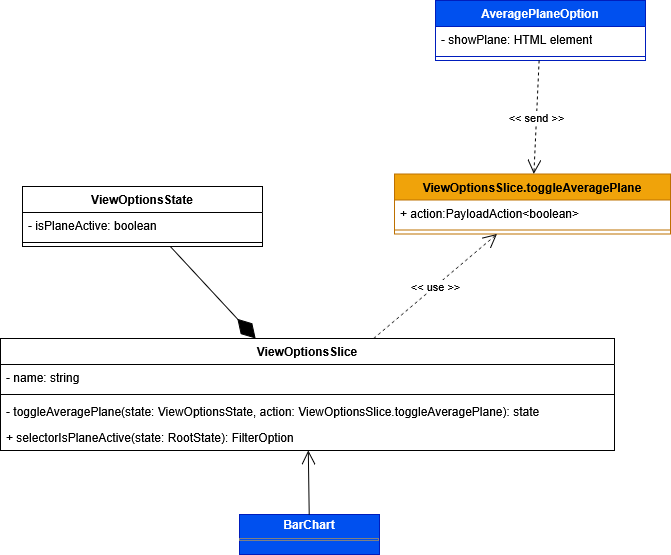
This is Docs/PB/Generali Esterni/specifica_tecnica/template/images/uml_front/logic/viewoptionslice.png from 6BitBusters/6BitBusters.github.io, a draw.io export, as it was before one commit. Source tidied: cells renumbered, new cells last; positions are measured from the earlier drawing's top-left corner, leaving out a move shared by most shapes.
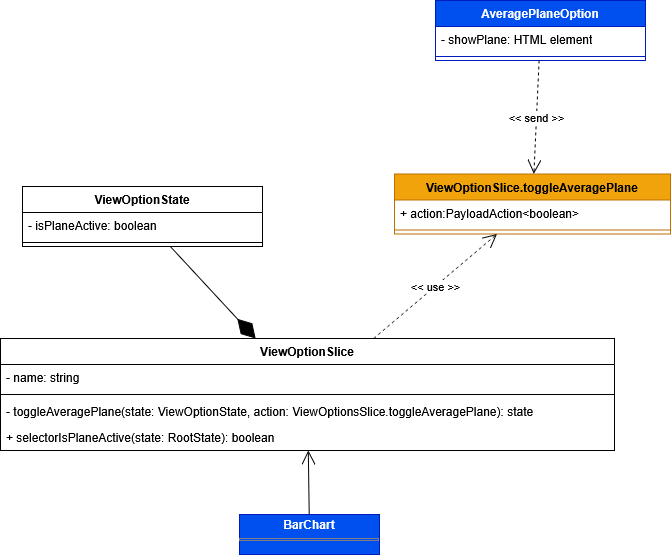
After the commit.

Diff of the diagram source:
```diff
@@ -2,7 +2,7 @@
   <root>
     <mxCell id="0" />
     <mxCell id="1" parent="0" />
-    <mxCell id="2" value="ViewOptionsSlice.toggleAveragePlane" style="swimlane;fontStyle=1;align=center;verticalAlign=top;horizontal=1;startSize=26;whiteSpace=wrap;html=1;fillColor=#f0a30a;fontColor=#000000;strokeColor=#BD7000;" parent="1" vertex="1">
+    <mxCell id="2" value="ViewOptionSlice.toggleAveragePlane" style="swimlane;fontStyle=1;align=center;verticalAlign=top;horizontal=1;startSize=26;whiteSpace=wrap;html=1;fillColor=#f0a30a;fontColor=#000000;strokeColor=#BD7000;" parent="1" vertex="1">
       <mxGeometry x="394" y="173.5" width="276" height="60" as="geometry" />
     </mxCell>
     <mxCell id="3" value="+ action:PayloadAction&amp;lt;boolean&amp;gt;" style="text;strokeColor=none;fillColor=none;align=left;verticalAlign=top;spacingLeft=4;spacingRight=4;overflow=hidden;whiteSpace=wrap;html=1;" parent="2" vertex="1">
@@ -14,7 +14,7 @@
     <mxCell id="5" value="&amp;lt;&amp;lt; use &amp;gt;&amp;gt;" style="endArrow=open;endSize=12;dashed=1;html=1;rounded=0;" parent="1" edge="1" source="6" target="2">
       <mxGeometry relative="1" as="geometry" />
     </mxCell>
-    <mxCell id="6" value="ViewOptionsSlice" style="swimlane;fontStyle=1;align=center;verticalAlign=top;horizontal=1;startSize=26;whiteSpace=wrap;html=1;" parent="1" vertex="1">
+    <mxCell id="6" value="ViewOptionSlice" style="swimlane;fontStyle=1;align=center;verticalAlign=top;horizontal=1;startSize=26;whiteSpace=wrap;html=1;" parent="1" vertex="1">
       <mxGeometry y="338" width="614" height="112" as="geometry" />
     </mxCell>
     <mxCell id="7" value="- name: string" style="text;strokeColor=none;fillColor=none;align=left;verticalAlign=top;spacingLeft=4;spacingRight=4;overflow=hidden;whiteSpace=wrap;html=1;" parent="6" vertex="1">
@@ -23,13 +23,13 @@
     <mxCell id="8" style="line;strokeWidth=1;fillColor=none;align=left;verticalAlign=middle;spacingTop=-1;spacingLeft=3;spacingRight=3;labelPosition=right;strokeColor=inherit;" parent="6" vertex="1">
       <mxGeometry y="52" width="614" height="8" as="geometry" />
     </mxCell>
-    <mxCell id="9" value="- toggleAveragePlane(state:&amp;nbsp;ViewOptionsState, action: ViewOptionsSlice.toggleAveragePlane): state" style="text;strokeColor=none;fillColor=none;align=left;verticalAlign=top;spacingLeft=4;spacingRight=4;overflow=hidden;whiteSpace=wrap;html=1;" parent="6" vertex="1">
+    <mxCell id="9" value="- toggleAveragePlane(state:&amp;nbsp;ViewOptionState, action: ViewOptionsSlice.toggleAveragePlane): state" style="text;strokeColor=none;fillColor=none;align=left;verticalAlign=top;spacingLeft=4;spacingRight=4;overflow=hidden;whiteSpace=wrap;html=1;" parent="6" vertex="1">
       <mxGeometry y="60" width="614" height="26" as="geometry" />
     </mxCell>
-    <mxCell id="10" value="+ selectorIsPlaneActive(state: RootState): FilterOption" style="text;strokeColor=none;fillColor=none;align=left;verticalAlign=top;spacingLeft=4;spacingRight=4;overflow=hidden;whiteSpace=wrap;html=1;" parent="6" vertex="1">
+    <mxCell id="10" value="+ selectorIsPlaneActive(state: RootState): boolean" style="text;strokeColor=none;fillColor=none;align=left;verticalAlign=top;spacingLeft=4;spacingRight=4;overflow=hidden;whiteSpace=wrap;html=1;" parent="6" vertex="1">
       <mxGeometry y="86" width="614" height="26" as="geometry" />
     </mxCell>
-    <mxCell id="11" value="ViewOptionsState" style="swimlane;fontStyle=1;align=center;verticalAlign=top;horizontal=1;startSize=26;whiteSpace=wrap;html=1;" parent="1" vertex="1">
+    <mxCell id="11" value="ViewOptionState" style="swimlane;fontStyle=1;align=center;verticalAlign=top;horizontal=1;startSize=26;whiteSpace=wrap;html=1;" parent="1" vertex="1">
       <mxGeometry x="22" y="186" width="240" height="60" as="geometry" />
     </mxCell>
     <mxCell id="12" value="&lt;div&gt;- isPlaneActive: boolean&lt;/div&gt;" style="text;strokeColor=none;fillColor=none;align=left;verticalAlign=top;spacingLeft=4;spacingRight=4;overflow=hidden;whiteSpace=wrap;html=1;" parent="11" vertex="1">
```
